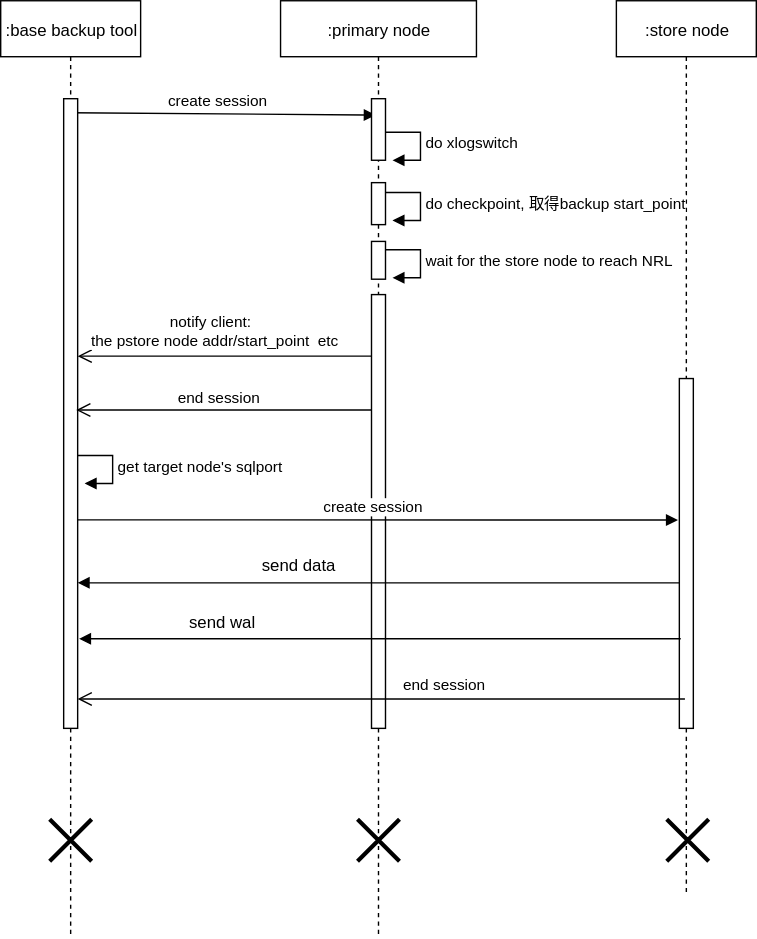
Above: attachments/1640158663666.drawio.svg in simbahebinbo/smallfat.github.io (draw.io), before the change. Source tidied: cells renumbered, new cells last; positions are measured from the earlier drawing's top-left corner, leaving out a move shared by most shapes.
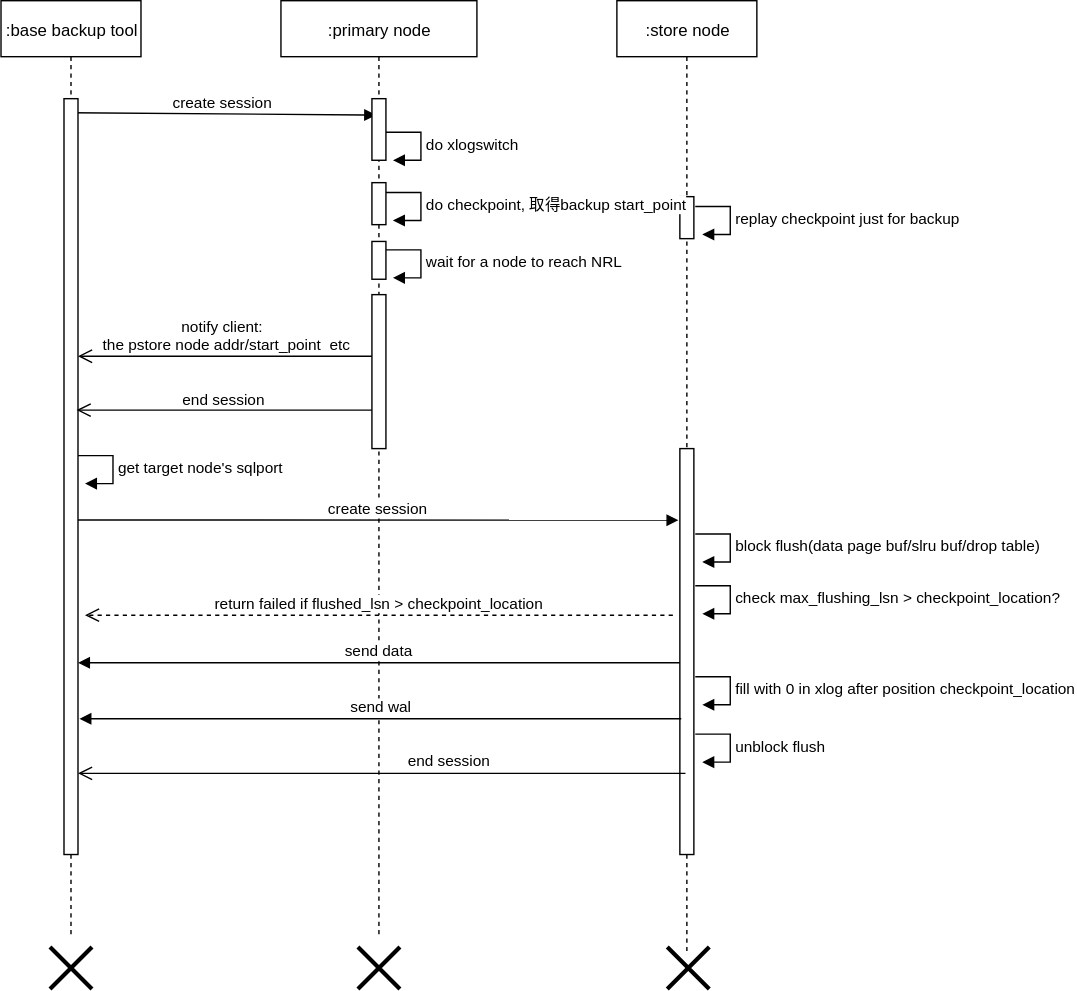
After the commit.

Commit message:
添加附件 : attachments/1640158663666.drawio.svg

The edit, as a diff of the source:
```diff
@@ -2,20 +2,20 @@
   <root>
     <mxCell id="0" />
     <mxCell id="1" parent="0" />
-    <mxCell id="2" value=":base backup tool" style="shape=umlLifeline;perimeter=lifelinePerimeter;whiteSpace=wrap;html=1;" parent="1" vertex="1">
-      <mxGeometry width="100" height="670" as="geometry" />
-    </mxCell>
+    <mxCell id="26" value=":base backup tool" style="shape=umlLifeline;perimeter=lifelinePerimeter;whiteSpace=wrap;html=1;" parent="1" vertex="1">
+      <mxGeometry width="100" height="670" as="geometry" />
+    </mxCell>
-    <mxCell id="3" value="create session" style="html=1;verticalAlign=bottom;endArrow=block;entryX=0.486;entryY=0.122;entryDx=0;entryDy=0;entryPerimeter=0;" parent="2" edge="1" target="6">
+    <mxCell id="3" value="create session" style="html=1;verticalAlign=bottom;endArrow=block;entryX=0.486;entryY=0.122;entryDx=0;entryDy=0;entryPerimeter=0;" parent="26" edge="1" target="6">
       <mxGeometry relative="1" as="geometry">
         <mxPoint x="50" y="80" as="sourcePoint" />
       </mxGeometry>
     </mxCell>
-    <mxCell id="4" style="html=1;perimeter=orthogonalPerimeter;" parent="2" vertex="1">
-      <mxGeometry x="45" y="70" width="10" height="450" as="geometry" />
-    </mxCell>
-    <mxCell id="5" style="shape=umlDestroy;whiteSpace=wrap;html=1;strokeWidth=3;" parent="2" vertex="1">
-      <mxGeometry x="35" y="585" width="30" height="30" as="geometry" />
-    </mxCell>
+    <mxCell id="27" style="html=1;perimeter=orthogonalPerimeter;" parent="26" vertex="1">
+      <mxGeometry x="45" y="70" width="10" height="540" as="geometry" />
+    </mxCell>
+    <mxCell id="28" style="shape=umlDestroy;whiteSpace=wrap;html=1;strokeWidth=3;" parent="26" vertex="1">
+      <mxGeometry x="35" y="676" width="30" height="30" as="geometry" />
+    </mxCell>
     <mxCell id="6" value=":primary node" style="html=1;points=[];perimeter=orthogonalPerimeter;shape=umlLifeline;participant=label;fontFamily=Helvetica;fontSize=12;fontColor=#000000;align=center;strokeColor=#000000;fillColor=#ffffff;" parent="1" vertex="1">
       <mxGeometry x="200" width="140" height="670" as="geometry" />
     </mxCell>
@@ -31,35 +31,35 @@
         </Array>
       </mxGeometry>
     </mxCell>
-    <mxCell id="9" style="html=1;perimeter=orthogonalPerimeter;" parent="6" vertex="1">
-      <mxGeometry x="65" y="210" width="10" height="310" as="geometry" />
-    </mxCell>
-    <mxCell id="10" style="shape=umlDestroy;whiteSpace=wrap;html=1;strokeWidth=3;" parent="6" vertex="1">
-      <mxGeometry x="55" y="585" width="30" height="30" as="geometry" />
-    </mxCell>
+    <mxCell id="29" style="html=1;perimeter=orthogonalPerimeter;" parent="6" vertex="1">
+      <mxGeometry x="65" y="210" width="10" height="110" as="geometry" />
+    </mxCell>
+    <mxCell id="30" style="shape=umlDestroy;whiteSpace=wrap;html=1;strokeWidth=3;" parent="6" vertex="1">
+      <mxGeometry x="55" y="676" width="30" height="30" as="geometry" />
+    </mxCell>
     <mxCell id="11" style="html=1;perimeter=orthogonalPerimeter;" parent="6" vertex="1">
       <mxGeometry x="65" y="70" width="10" height="44" as="geometry" />
     </mxCell>
     <mxCell id="12" value=":store node" style="shape=umlLifeline;perimeter=lifelinePerimeter;whiteSpace=wrap;html=1;" parent="1" vertex="1">
-      <mxGeometry x="440" width="100" height="640" as="geometry" />
+      <mxGeometry x="440" width="100" height="680" as="geometry" />
     </mxCell>
-    <mxCell id="13" style="html=1;perimeter=orthogonalPerimeter;" parent="12" vertex="1">
-      <mxGeometry x="45" y="270" width="10" height="250" as="geometry" />
-    </mxCell>
+    <mxCell id="31" style="html=1;perimeter=orthogonalPerimeter;" parent="12" vertex="1">
+      <mxGeometry x="45" y="320" width="10" height="290" as="geometry" />
+    </mxCell>
+    <mxCell id="32" style="html=1;perimeter=orthogonalPerimeter;" parent="12" vertex="1">
+      <mxGeometry x="45" y="140" width="10" height="30" as="geometry" />
+    </mxCell>
     <mxCell id="14" value="notify client:&amp;nbsp;&lt;br&gt;&amp;nbsp;the pstore node addr/start_point&amp;nbsp; etc" style="html=1;verticalAlign=bottom;endArrow=open;endSize=8;exitX=0;exitY=0.95;" parent="1" edge="1">
       <mxGeometry relative="1" as="geometry">
         <mxPoint x="265" y="254" as="sourcePoint" />
         <mxPoint x="55" y="254" as="targetPoint" />
       </mxGeometry>
     </mxCell>
-    <mxCell id="15" style="html=1;verticalAlign=bottom;endArrow=block;" parent="1" edge="1">
-      <mxGeometry relative="1" as="geometry">
-        <mxPoint x="485" y="416" as="sourcePoint" />
-        <mxPoint x="55" y="416" as="targetPoint" />
-      </mxGeometry>
-    </mxCell>
-    <mxCell id="16" value="send data" style="text;html=1;align=left;verticalAlign=top;spacingTop=-4;" parent="1" vertex="1">
-      <mxGeometry x="185" y="394" width="70" height="20" as="geometry" />
+    <mxCell id="16" value="send data" style="html=1;verticalAlign=bottom;endArrow=block;" parent="1" edge="1">
+      <mxGeometry relative="1" as="geometry">
+        <mxPoint x="485" y="473" as="sourcePoint" />
+        <mxPoint x="55" y="473" as="targetPoint" />
+      </mxGeometry>
     </mxCell>
     <mxCell id="17" value="create session" style="html=1;verticalAlign=bottom;endArrow=block;entryX=-0.1;entryY=0.076;entryDx=0;entryDy=0;entryPerimeter=0;exitX=1;exitY=0.4;exitDx=0;exitDy=0;exitPerimeter=0;" parent="1" edge="1">
       <mxGeometry relative="1" as="geometry">
@@ -67,30 +67,27 @@
         <mxPoint x="484" y="371.1" as="targetPoint" />
       </mxGeometry>
     </mxCell>
-    <mxCell id="18" style="html=1;verticalAlign=bottom;endArrow=block;" parent="1" edge="1">
-      <mxGeometry relative="1" as="geometry">
-        <mxPoint x="486" y="456" as="sourcePoint" />
-        <mxPoint x="56" y="456" as="targetPoint" />
-      </mxGeometry>
-    </mxCell>
-    <mxCell id="19" value="send wal" style="text;html=1;align=left;verticalAlign=top;spacingTop=-4;" parent="1" vertex="1">
-      <mxGeometry x="133" y="435" width="60" height="20" as="geometry" />
+    <mxCell id="19" value="send wal" style="html=1;verticalAlign=bottom;endArrow=block;" parent="1" edge="1">
+      <mxGeometry relative="1" as="geometry">
+        <mxPoint x="486" y="513" as="sourcePoint" />
+        <mxPoint x="56" y="513" as="targetPoint" />
+      </mxGeometry>
     </mxCell>
-    <mxCell id="20" value="end session" style="html=1;verticalAlign=bottom;endArrow=open;endSize=8;" parent="1" edge="1">
-      <mxGeometry relative="1" as="geometry">
-        <mxPoint x="265" y="292.5" as="sourcePoint" />
-        <mxPoint x="54" y="292.5" as="targetPoint" />
-      </mxGeometry>
-    </mxCell>
-    <mxCell id="21" value="end session" style="html=1;verticalAlign=bottom;endArrow=open;endSize=8;" parent="1" edge="1">
-      <mxGeometry x="-0.22" y="-1" relative="1" as="geometry">
-        <mxPoint x="489" y="499" as="sourcePoint" />
-        <mxPoint x="55" y="499" as="targetPoint" />
-      </mxGeometry>
-    </mxCell>
-    <mxCell id="22" style="shape=umlDestroy;whiteSpace=wrap;html=1;strokeWidth=3;" parent="1" vertex="1">
-      <mxGeometry x="476" y="585" width="30" height="30" as="geometry" />
-    </mxCell>
+    <mxCell id="33" value="end session" style="html=1;verticalAlign=bottom;endArrow=open;endSize=8;" parent="1" edge="1">
+      <mxGeometry relative="1" as="geometry">
+        <mxPoint x="265" y="292.5" as="sourcePoint" />
+        <mxPoint x="54" y="292.5" as="targetPoint" />
+      </mxGeometry>
+    </mxCell>
+    <mxCell id="34" value="end session" style="html=1;verticalAlign=bottom;endArrow=open;endSize=8;" parent="1" edge="1">
+      <mxGeometry x="-0.22" y="-1" relative="1" as="geometry">
+        <mxPoint x="489" y="552" as="sourcePoint" />
+        <mxPoint x="55" y="552" as="targetPoint" />
+      </mxGeometry>
+    </mxCell>
+    <mxCell id="35" style="shape=umlDestroy;whiteSpace=wrap;html=1;strokeWidth=3;" parent="1" vertex="1">
+      <mxGeometry x="476" y="676" width="30" height="30" as="geometry" />
+    </mxCell>
     <mxCell id="23" value="do checkpoint, 取得backup start_point" style="edgeStyle=orthogonalEdgeStyle;html=1;align=left;spacingLeft=2;endArrow=block;rounded=0;entryX=1;entryY=0;" parent="1" edge="1">
       <mxGeometry relative="1" as="geometry">
         <mxPoint x="275" y="137" as="sourcePoint" />
@@ -103,23 +100,74 @@
     <mxCell id="24" style="html=1;perimeter=orthogonalPerimeter;" parent="1" vertex="1">
       <mxGeometry x="265" y="172" width="10" height="27" as="geometry" />
     </mxCell>
-    <mxCell id="25" value="wait for the store node to reach NRL" style="edgeStyle=orthogonalEdgeStyle;html=1;align=left;spacingLeft=2;endArrow=block;rounded=0;entryX=1;entryY=0;" parent="1" edge="1">
-      <mxGeometry relative="1" as="geometry">
-        <mxPoint x="275" y="178" as="sourcePoint" />
-        <mxPoint x="280" y="198" as="targetPoint" />
-        <Array as="points">
-          <mxPoint x="300" y="178" />
-        </Array>
-      </mxGeometry>
-    </mxCell>
-    <mxCell id="26" value="get target node's sqlport" style="edgeStyle=orthogonalEdgeStyle;html=1;align=left;spacingLeft=2;endArrow=block;rounded=0;entryX=1;entryY=0;" parent="1" edge="1">
-      <mxGeometry relative="1" as="geometry">
-        <mxPoint x="55" y="325" as="sourcePoint" />
-        <mxPoint x="60" y="345" as="targetPoint" />
-        <Array as="points">
-          <mxPoint x="80" y="325" />
-        </Array>
-      </mxGeometry>
-    </mxCell>
+    <mxCell id="36" value="wait for a node to reach NRL" style="edgeStyle=orthogonalEdgeStyle;html=1;align=left;spacingLeft=2;endArrow=block;rounded=0;entryX=1;entryY=0;" parent="1" edge="1">
+      <mxGeometry relative="1" as="geometry">
+        <mxPoint x="275" y="178" as="sourcePoint" />
+        <mxPoint x="280" y="198" as="targetPoint" />
+        <Array as="points">
+          <mxPoint x="300" y="178" />
+        </Array>
+      </mxGeometry>
+    </mxCell>
+    <mxCell id="37" value="get target node's sqlport" style="edgeStyle=orthogonalEdgeStyle;html=1;align=left;spacingLeft=2;endArrow=block;rounded=0;entryX=1;entryY=0;" parent="1" edge="1">
+      <mxGeometry relative="1" as="geometry">
+        <mxPoint x="55" y="325" as="sourcePoint" />
+        <mxPoint x="60" y="345" as="targetPoint" />
+        <Array as="points">
+          <mxPoint x="80" y="325" />
+        </Array>
+      </mxGeometry>
+    </mxCell>
+    <mxCell id="38" value="replay checkpoint just for backup" style="edgeStyle=orthogonalEdgeStyle;html=1;align=left;spacingLeft=2;endArrow=block;rounded=0;entryX=1;entryY=0;" parent="1" edge="1">
+      <mxGeometry relative="1" as="geometry">
+        <mxPoint x="496" y="147" as="sourcePoint" />
+        <mxPoint x="501" y="167" as="targetPoint" />
+        <Array as="points">
+          <mxPoint x="521" y="147" />
+        </Array>
+      </mxGeometry>
+    </mxCell>
+    <mxCell id="39" value="check max_flushing_lsn &amp;gt; checkpoint_location?" style="edgeStyle=orthogonalEdgeStyle;html=1;align=left;spacingLeft=2;endArrow=block;rounded=0;entryX=1;entryY=0;" parent="1" edge="1">
+      <mxGeometry relative="1" as="geometry">
+        <mxPoint x="496" y="418" as="sourcePoint" />
+        <mxPoint x="501" y="438" as="targetPoint" />
+        <Array as="points">
+          <mxPoint x="521" y="418" />
+        </Array>
+      </mxGeometry>
+    </mxCell>
+    <mxCell id="40" value="block flush(data page buf/slru buf/drop table)" style="edgeStyle=orthogonalEdgeStyle;html=1;align=left;spacingLeft=2;endArrow=block;rounded=0;entryX=1;entryY=0;" parent="1" edge="1">
+      <mxGeometry relative="1" as="geometry">
+        <mxPoint x="496" y="381" as="sourcePoint" />
+        <mxPoint x="501" y="401" as="targetPoint" />
+        <Array as="points">
+          <mxPoint x="521" y="381" />
+        </Array>
+      </mxGeometry>
+    </mxCell>
+    <mxCell id="41" value="return failed if flushed_lsn &amp;gt; checkpoint_location" style="html=1;verticalAlign=bottom;endArrow=open;dashed=1;endSize=8;" parent="1" edge="1">
+      <mxGeometry relative="1" as="geometry">
+        <mxPoint x="480" y="439" as="sourcePoint" />
+        <mxPoint x="60" y="439" as="targetPoint" />
+      </mxGeometry>
+    </mxCell>
+    <mxCell id="42" value="unblock flush" style="edgeStyle=orthogonalEdgeStyle;html=1;align=left;spacingLeft=2;endArrow=block;rounded=0;entryX=1;entryY=0;" parent="1" edge="1">
+      <mxGeometry relative="1" as="geometry">
+        <mxPoint x="496" y="524" as="sourcePoint" />
+        <mxPoint x="501" y="544" as="targetPoint" />
+        <Array as="points">
+          <mxPoint x="521" y="524" />
+        </Array>
+      </mxGeometry>
+    </mxCell>
+    <mxCell id="43" value="fill with 0 in xlog after position checkpoint_location" style="edgeStyle=orthogonalEdgeStyle;html=1;align=left;spacingLeft=2;endArrow=block;rounded=0;entryX=1;entryY=0;" parent="1" edge="1">
+      <mxGeometry relative="1" as="geometry">
+        <mxPoint x="496" y="483" as="sourcePoint" />
+        <mxPoint x="501" y="503" as="targetPoint" />
+        <Array as="points">
+          <mxPoint x="521" y="483" />
+        </Array>
+      </mxGeometry>
+    </mxCell>
   </root>
 </mxGraphModel>
```
